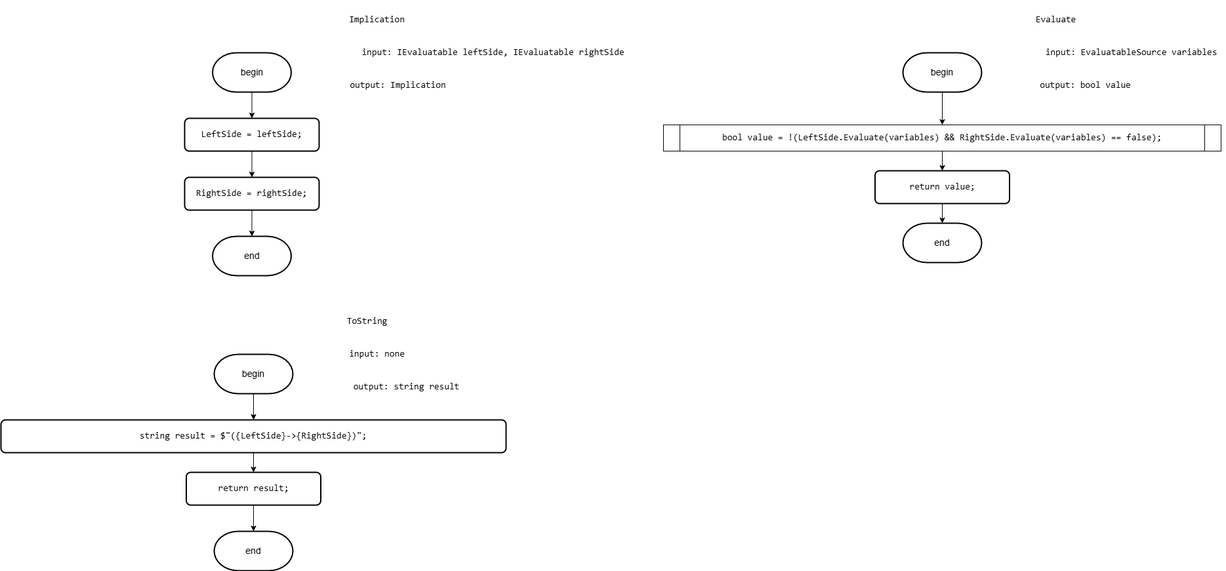
Before: Diagrams/images/Implication.drawio.png, a diagram exported from draw.io (slavikovics/FictionalVariables). Source tidied: cells renumbered, new cells last; positions are measured from the earlier drawing's top-left corner, leaving out a move shared by most shapes.
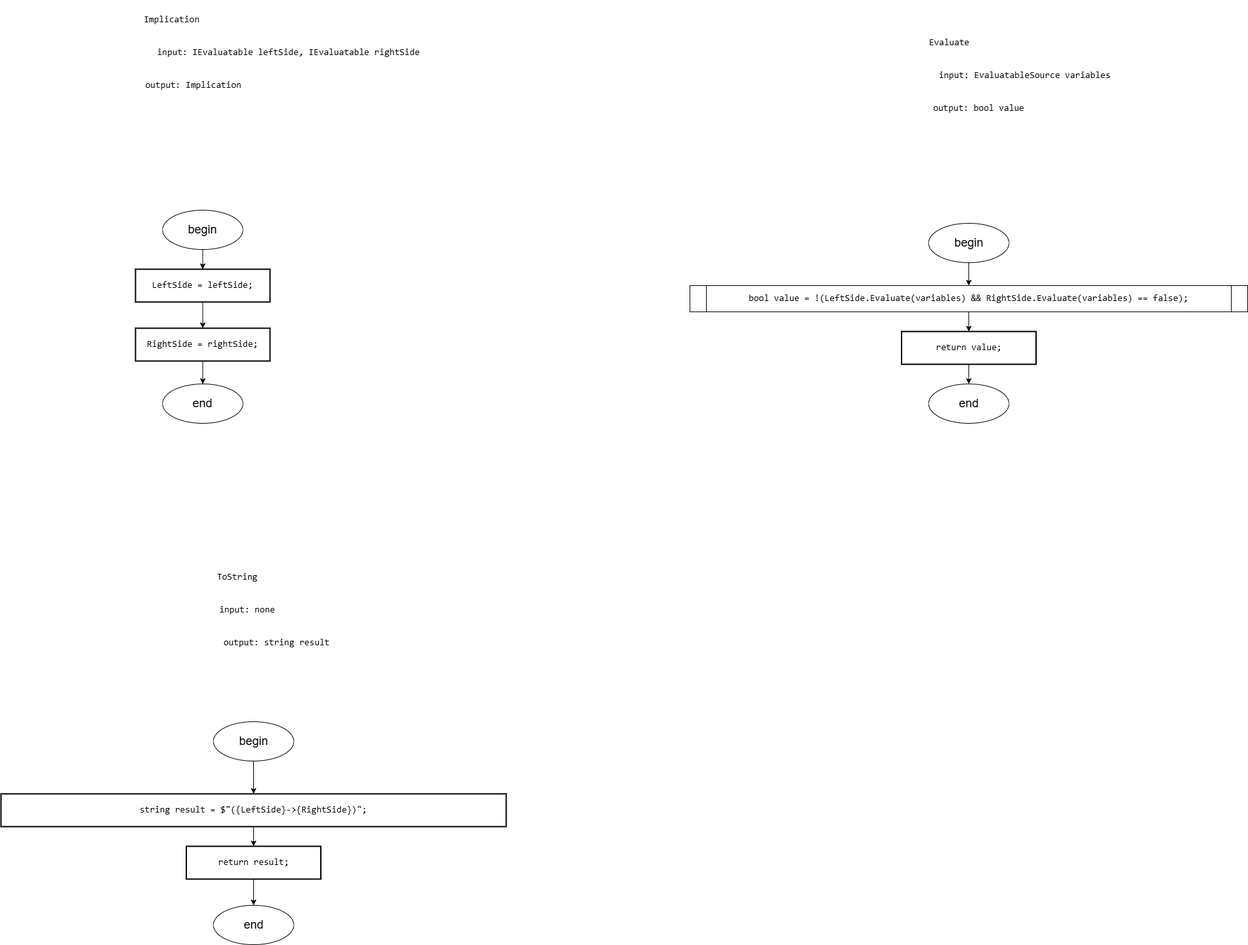
Later version of the same file.

Diff of the diagram source:
```diff
@@ -3,94 +3,94 @@
     <mxCell id="0" />
     <mxCell id="1" parent="0" />
     <mxCell id="2" value="&lt;pre style=&quot;font-family: &amp;quot;JetBrains Mono&amp;quot;, monospace;&quot;&gt;&lt;div style=&quot;&quot;&gt;&lt;pre style=&quot;font-family: &amp;quot;JetBrains Mono&amp;quot;, monospace;&quot;&gt;Implication&lt;/pre&gt;&lt;/div&gt;&lt;/pre&gt;" style="text;html=1;align=center;verticalAlign=middle;strokeColor=none;fillColor=none;fontSize=14;labelBackgroundColor=none;fontColor=#000000;" parent="1" vertex="1">
-      <mxGeometry x="517.5" width="110" height="60" as="geometry" />
+      <mxGeometry x="185" y="-890" width="110" height="60" as="geometry" />
     </mxCell>
-    <mxCell id="3" style="edgeStyle=orthogonalEdgeStyle;rounded=0;jettySize=auto;html=1;exitX=0.5;exitY=1;exitDx=0;exitDy=0;exitPerimeter=0;entryX=0.5;entryY=0;entryDx=0;entryDy=0;fontSize=14;labelBackgroundColor=none;fontColor=#000000;" parent="1" edge="1" source="4" target="6">
-      <mxGeometry relative="1" as="geometry" />
-    </mxCell>
-    <mxCell id="4" value="begin" style="strokeWidth=2;html=1;shape=mxgraph.flowchart.terminator;whiteSpace=wrap;fontSize=14;labelBackgroundColor=none;fontColor=#000000;" parent="1" vertex="1">
-      <mxGeometry x="322.5" y="80" width="120" height="60" as="geometry" />
-    </mxCell>
     <mxCell id="5" style="edgeStyle=orthogonalEdgeStyle;rounded=0;jettySize=auto;html=1;exitX=0.5;exitY=1;exitDx=0;exitDy=0;entryX=0.5;entryY=0;entryDx=0;entryDy=0;fontSize=14;labelBackgroundColor=none;fontColor=#000000;" parent="1" edge="1" source="6" target="7">
       <mxGeometry relative="1" as="geometry" />
     </mxCell>
-    <mxCell id="6" value="&lt;div style=&quot;&quot;&gt;&lt;pre style=&quot;font-family: &amp;quot;JetBrains Mono&amp;quot;, monospace;&quot;&gt;LeftSide = &lt;span style=&quot;&quot;&gt;leftSide&lt;/span&gt;;&lt;/pre&gt;&lt;/div&gt;" style="rounded=1;whiteSpace=wrap;html=1;absoluteArcSize=1;arcSize=14;strokeWidth=2;fontSize=14;labelBackgroundColor=none;fontColor=#000000;" parent="1" vertex="1">
-      <mxGeometry x="280" y="180" width="205" height="50" as="geometry" />
+    <mxCell id="6" value="&lt;div style=&quot;&quot;&gt;&lt;pre style=&quot;font-family: &amp;quot;JetBrains Mono&amp;quot;, monospace;&quot;&gt;LeftSide = &lt;span style=&quot;&quot;&gt;leftSide&lt;/span&gt;;&lt;/pre&gt;&lt;/div&gt;" style="rounded=0;whiteSpace=wrap;html=1;absoluteArcSize=1;arcSize=14;strokeWidth=2;fontSize=14;labelBackgroundColor=none;fontColor=#000000;" parent="1" vertex="1">
+      <mxGeometry x="185" y="-480" width="205" height="50" as="geometry" />
     </mxCell>
+    <mxCell id="32" style="edgeStyle=orthogonalEdgeStyle;rounded=0;jettySize=auto;html=1;exitX=0.5;exitY=1;exitDx=0;exitDy=0;entryX=0.5;entryY=0;entryDx=0;entryDy=0;" parent="1" edge="1" source="7" target="37">
+      <mxGeometry relative="1" as="geometry" />
+    </mxCell>
-    <mxCell id="7" value="&lt;div style=&quot;&quot;&gt;&lt;pre style=&quot;font-family: &amp;quot;JetBrains Mono&amp;quot;, monospace;&quot;&gt;&lt;div&gt;&lt;pre style=&quot;font-family: &amp;quot;JetBrains Mono&amp;quot;, monospace;&quot;&gt;RightSide = &lt;span style=&quot;&quot;&gt;rightSide&lt;/span&gt;;&lt;/pre&gt;&lt;/div&gt;&lt;/pre&gt;&lt;/div&gt;" style="rounded=1;whiteSpace=wrap;html=1;absoluteArcSize=1;arcSize=14;strokeWidth=2;fontSize=14;labelBackgroundColor=none;fontColor=#000000;" parent="1" vertex="1">
-      <mxGeometry x="280" y="270" width="205" height="50" as="geometry" />
+    <mxCell id="7" value="&lt;div style=&quot;&quot;&gt;&lt;pre style=&quot;font-family: &amp;quot;JetBrains Mono&amp;quot;, monospace;&quot;&gt;&lt;div&gt;&lt;pre style=&quot;font-family: &amp;quot;JetBrains Mono&amp;quot;, monospace;&quot;&gt;RightSide = &lt;span style=&quot;&quot;&gt;rightSide&lt;/span&gt;;&lt;/pre&gt;&lt;/div&gt;&lt;/pre&gt;&lt;/div&gt;" style="rounded=0;whiteSpace=wrap;html=1;absoluteArcSize=1;arcSize=14;strokeWidth=2;fontSize=14;labelBackgroundColor=none;fontColor=#000000;" parent="1" vertex="1">
+      <mxGeometry x="185" y="-390" width="205" height="50" as="geometry" />
     </mxCell>
     <mxCell id="8" value="&lt;pre style=&quot;font-family: &amp;quot;JetBrains Mono&amp;quot;, monospace;&quot;&gt;input: IEvaluatable leftSide, IEvaluatable rightSide&lt;/pre&gt;" style="text;html=1;align=center;verticalAlign=middle;strokeColor=none;fillColor=none;fontSize=14;labelBackgroundColor=none;fontColor=#000000;" parent="1" vertex="1">
-      <mxGeometry x="540" y="50" width="420" height="60" as="geometry" />
+      <mxGeometry x="207.5" y="-840" width="420" height="60" as="geometry" />
     </mxCell>
     <mxCell id="9" value="&lt;pre style=&quot;font-family: &amp;quot;JetBrains Mono&amp;quot;, monospace;&quot;&gt;output: Implication&lt;/pre&gt;" style="text;html=1;align=center;verticalAlign=middle;strokeColor=none;fillColor=none;fontSize=14;labelBackgroundColor=none;fontColor=#000000;" parent="1" vertex="1">
-      <mxGeometry x="520" y="100" width="170" height="60" as="geometry" />
+      <mxGeometry x="187.5" y="-790" width="170" height="60" as="geometry" />
     </mxCell>
-    <mxCell id="10" value="end" style="strokeWidth=2;html=1;shape=mxgraph.flowchart.terminator;whiteSpace=wrap;fontSize=14;labelBackgroundColor=none;fontColor=#000000;" parent="1" vertex="1">
-      <mxGeometry x="322.5" y="360" width="120" height="60" as="geometry" />
-    </mxCell>
-    <mxCell id="11" style="edgeStyle=orthogonalEdgeStyle;rounded=0;jettySize=auto;html=1;exitX=0.5;exitY=1;exitDx=0;exitDy=0;entryX=0.5;entryY=0;entryDx=0;entryDy=0;entryPerimeter=0;fontSize=14;labelBackgroundColor=none;fontColor=#000000;" parent="1" edge="1" source="7" target="10">
-      <mxGeometry relative="1" as="geometry" />
-    </mxCell>
     <mxCell id="12" value="&lt;pre style=&quot;font-family: &amp;quot;JetBrains Mono&amp;quot;, monospace;&quot;&gt;Evaluate&lt;/pre&gt;" style="text;html=1;align=center;verticalAlign=middle;strokeColor=none;fillColor=none;fontSize=14;labelBackgroundColor=none;fontColor=#000000;" parent="1" vertex="1">
-      <mxGeometry x="1562.5" width="90" height="60" as="geometry" />
+      <mxGeometry x="1380" y="-855" width="90" height="60" as="geometry" />
     </mxCell>
-    <mxCell id="13" style="edgeStyle=orthogonalEdgeStyle;rounded=0;jettySize=auto;html=1;exitX=0.5;exitY=1;exitDx=0;exitDy=0;exitPerimeter=0;entryX=0.5;entryY=0;entryDx=0;entryDy=0;fontSize=14;labelBackgroundColor=none;fontColor=#000000;" parent="1" edge="1" source="14" target="27">
-      <mxGeometry relative="1" as="geometry" />
-    </mxCell>
-    <mxCell id="14" value="begin" style="strokeWidth=2;html=1;shape=mxgraph.flowchart.terminator;whiteSpace=wrap;fontSize=14;labelBackgroundColor=none;fontColor=#000000;" parent="1" vertex="1">
-      <mxGeometry x="1375" y="80" width="120" height="60" as="geometry" />
-    </mxCell>
     <mxCell id="15" value="&lt;pre style=&quot;font-family: &amp;quot;JetBrains Mono&amp;quot;, monospace;&quot;&gt;input: EvaluatableSource variables&lt;/pre&gt;" style="text;html=1;align=center;verticalAlign=middle;strokeColor=none;fillColor=none;fontSize=14;labelBackgroundColor=none;fontColor=#000000;" parent="1" vertex="1">
-      <mxGeometry x="1577.5" y="50" width="290" height="60" as="geometry" />
+      <mxGeometry x="1395" y="-805" width="290" height="60" as="geometry" />
     </mxCell>
     <mxCell id="16" value="&lt;pre style=&quot;font-family: &amp;quot;JetBrains Mono&amp;quot;, monospace;&quot;&gt;output: bool value&lt;/pre&gt;" style="text;html=1;align=center;verticalAlign=middle;strokeColor=none;fillColor=none;fontSize=14;labelBackgroundColor=none;fontColor=#000000;" parent="1" vertex="1">
-      <mxGeometry x="1572.5" y="100" width="160" height="60" as="geometry" />
+      <mxGeometry x="1390" y="-755" width="160" height="60" as="geometry" />
     </mxCell>
-    <mxCell id="17" value="end" style="strokeWidth=2;html=1;shape=mxgraph.flowchart.terminator;whiteSpace=wrap;fontSize=14;labelBackgroundColor=none;fontColor=#000000;" parent="1" vertex="1">
-      <mxGeometry x="1375" y="340" width="120" height="60" as="geometry" />
-    </mxCell>
     <mxCell id="18" value="&lt;pre style=&quot;font-family: &amp;quot;JetBrains Mono&amp;quot;, monospace;&quot;&gt;ToString&lt;/pre&gt;" style="text;html=1;align=center;verticalAlign=middle;strokeColor=none;fillColor=none;fontSize=14;labelBackgroundColor=none;fontColor=#000000;" parent="1" vertex="1">
-      <mxGeometry x="512.5" y="460" width="90" height="60" as="geometry" />
+      <mxGeometry x="295" y="-40" width="90" height="60" as="geometry" />
     </mxCell>
-    <mxCell id="19" style="edgeStyle=orthogonalEdgeStyle;rounded=0;jettySize=auto;html=1;exitX=0.5;exitY=1;exitDx=0;exitDy=0;exitPerimeter=0;entryX=0.5;entryY=0;entryDx=0;entryDy=0;fontSize=14;labelBackgroundColor=none;fontColor=#000000;" parent="1" edge="1" source="20" target="22">
-      <mxGeometry relative="1" as="geometry" />
-    </mxCell>
-    <mxCell id="20" value="begin" style="strokeWidth=2;html=1;shape=mxgraph.flowchart.terminator;whiteSpace=wrap;fontSize=14;labelBackgroundColor=none;fontColor=#000000;" parent="1" vertex="1">
-      <mxGeometry x="325" y="540" width="120" height="60" as="geometry" />
-    </mxCell>
     <mxCell id="21" style="edgeStyle=orthogonalEdgeStyle;rounded=0;jettySize=auto;html=1;exitX=0.5;exitY=1;exitDx=0;exitDy=0;entryX=0.5;entryY=0;entryDx=0;entryDy=0;fontSize=14;labelBackgroundColor=none;fontColor=#000000;" parent="1" edge="1" source="22" target="28">
       <mxGeometry relative="1" as="geometry" />
     </mxCell>
-    <mxCell id="22" value="&lt;div style=&quot;&quot;&gt;&lt;pre style=&quot;font-family: &amp;quot;JetBrains Mono&amp;quot;, monospace;&quot;&gt;&lt;pre style=&quot;font-family: &amp;quot;JetBrains Mono&amp;quot;, monospace;&quot;&gt;&lt;pre style=&quot;font-family: &amp;quot;JetBrains Mono&amp;quot;, monospace;&quot;&gt;&lt;pre style=&quot;font-family: &amp;quot;JetBrains Mono&amp;quot;, monospace;&quot;&gt;&lt;pre style=&quot;font-family: &amp;quot;JetBrains Mono&amp;quot;, monospace;&quot;&gt;&lt;div&gt;&lt;pre style=&quot;font-family: &amp;quot;JetBrains Mono&amp;quot;, monospace;&quot;&gt;&lt;span style=&quot;&quot;&gt;string &lt;/span&gt;result = &lt;span style=&quot;&quot;&gt;$&quot;(&lt;/span&gt;{LeftSide}&lt;span style=&quot;&quot;&gt;-&amp;gt;&lt;/span&gt;{RightSide}&lt;span style=&quot;&quot;&gt;)&quot;&lt;/span&gt;;&lt;/pre&gt;&lt;/div&gt;&lt;/pre&gt;&lt;/pre&gt;&lt;/pre&gt;&lt;/pre&gt;&lt;/pre&gt;&lt;/div&gt;" style="rounded=1;whiteSpace=wrap;html=1;absoluteArcSize=1;arcSize=14;strokeWidth=2;fontSize=14;labelBackgroundColor=none;fontColor=#000000;" parent="1" vertex="1">
-      <mxGeometry y="640" width="770" height="50" as="geometry" />
+    <mxCell id="22" value="&lt;div style=&quot;&quot;&gt;&lt;pre style=&quot;font-family: &amp;quot;JetBrains Mono&amp;quot;, monospace;&quot;&gt;&lt;pre style=&quot;font-family: &amp;quot;JetBrains Mono&amp;quot;, monospace;&quot;&gt;&lt;pre style=&quot;font-family: &amp;quot;JetBrains Mono&amp;quot;, monospace;&quot;&gt;&lt;pre style=&quot;font-family: &amp;quot;JetBrains Mono&amp;quot;, monospace;&quot;&gt;&lt;pre style=&quot;font-family: &amp;quot;JetBrains Mono&amp;quot;, monospace;&quot;&gt;&lt;div&gt;&lt;pre style=&quot;font-family: &amp;quot;JetBrains Mono&amp;quot;, monospace;&quot;&gt;&lt;span style=&quot;&quot;&gt;string &lt;/span&gt;result = &lt;span style=&quot;&quot;&gt;$&quot;(&lt;/span&gt;{LeftSide}&lt;span style=&quot;&quot;&gt;-&amp;gt;&lt;/span&gt;{RightSide}&lt;span style=&quot;&quot;&gt;)&quot;&lt;/span&gt;;&lt;/pre&gt;&lt;/div&gt;&lt;/pre&gt;&lt;/pre&gt;&lt;/pre&gt;&lt;/pre&gt;&lt;/pre&gt;&lt;/div&gt;" style="rounded=0;whiteSpace=wrap;html=1;absoluteArcSize=1;arcSize=14;strokeWidth=2;fontSize=14;labelBackgroundColor=none;fontColor=#000000;" parent="1" vertex="1">
+      <mxGeometry x="-20" y="320" width="770" height="50" as="geometry" />
     </mxCell>
     <mxCell id="23" value="&lt;pre style=&quot;font-family: &amp;quot;JetBrains Mono&amp;quot;, monospace;&quot;&gt;input: none&lt;/pre&gt;" style="text;html=1;align=center;verticalAlign=middle;strokeColor=none;fillColor=none;fontSize=14;labelBackgroundColor=none;fontColor=#000000;" parent="1" vertex="1">
-      <mxGeometry x="517.5" y="510" width="110" height="60" as="geometry" />
+      <mxGeometry x="300" y="10" width="110" height="60" as="geometry" />
     </mxCell>
     <mxCell id="24" value="&lt;pre style=&quot;font-family: &amp;quot;JetBrains Mono&amp;quot;, monospace;&quot;&gt;output: string result&lt;/pre&gt;" style="text;html=1;align=center;verticalAlign=middle;strokeColor=none;fillColor=none;fontSize=14;labelBackgroundColor=none;fontColor=#000000;" parent="1" vertex="1">
-      <mxGeometry x="522.5" y="560" width="190" height="60" as="geometry" />
+      <mxGeometry x="305" y="60" width="190" height="60" as="geometry" />
     </mxCell>
-    <mxCell id="25" value="end" style="strokeWidth=2;html=1;shape=mxgraph.flowchart.terminator;whiteSpace=wrap;fontSize=14;labelBackgroundColor=none;fontColor=#000000;" parent="1" vertex="1">
-      <mxGeometry x="325" y="810" width="120" height="60" as="geometry" />
-    </mxCell>
     <mxCell id="26" style="edgeStyle=orthogonalEdgeStyle;rounded=0;jettySize=auto;html=1;exitX=0.5;exitY=1;exitDx=0;exitDy=0;entryX=0.5;entryY=0;entryDx=0;entryDy=0;fontSize=14;labelBackgroundColor=none;fontColor=#000000;" parent="1" edge="1" source="27" target="30">
       <mxGeometry relative="1" as="geometry" />
     </mxCell>
     <mxCell id="27" value="&lt;pre style=&quot;font-family: &amp;quot;JetBrains Mono&amp;quot;, monospace;&quot;&gt;&lt;span style=&quot;&quot;&gt;bool &lt;/span&gt;&lt;span style=&quot;&quot;&gt;value &lt;/span&gt;= !(LeftSide.&lt;span style=&quot;&quot;&gt;Evaluate&lt;/span&gt;(&lt;span style=&quot;&quot;&gt;variables&lt;/span&gt;) &amp;amp;&amp;amp; RightSide.&lt;span style=&quot;&quot;&gt;Evaluate&lt;/span&gt;(&lt;span style=&quot;&quot;&gt;variables&lt;/span&gt;) == &lt;span style=&quot;&quot;&gt;false&lt;/span&gt;);&lt;/pre&gt;" style="shape=process;whiteSpace=wrap;html=1;backgroundOutline=1;size=0.0297029702970297;fontSize=14;labelBackgroundColor=none;fontColor=#000000;" parent="1" vertex="1">
-      <mxGeometry x="1010" y="190" width="850" height="40" as="geometry" />
+      <mxGeometry x="1030" y="-455" width="850" height="40" as="geometry" />
     </mxCell>
+    <mxCell id="33" style="edgeStyle=orthogonalEdgeStyle;rounded=0;jettySize=auto;html=1;exitX=0.5;exitY=1;exitDx=0;exitDy=0;entryX=0.5;entryY=0;entryDx=0;entryDy=0;" parent="1" edge="1" source="28" target="40">
+      <mxGeometry relative="1" as="geometry" />
+    </mxCell>
-    <mxCell id="28" value="&lt;div style=&quot;&quot;&gt;&lt;pre style=&quot;font-family: &amp;quot;JetBrains Mono&amp;quot;, monospace;&quot;&gt;&lt;div&gt;&lt;pre style=&quot;font-family: &amp;quot;JetBrains Mono&amp;quot;, monospace;&quot;&gt;&lt;span style=&quot;&quot;&gt;return &lt;/span&gt;result;&lt;/pre&gt;&lt;/div&gt;&lt;/pre&gt;&lt;/div&gt;" style="rounded=1;whiteSpace=wrap;html=1;absoluteArcSize=1;arcSize=14;strokeWidth=2;fontSize=14;labelBackgroundColor=none;fontColor=#000000;" parent="1" vertex="1">
-      <mxGeometry x="282.5" y="720" width="205" height="50" as="geometry" />
+    <mxCell id="28" value="&lt;div style=&quot;&quot;&gt;&lt;pre style=&quot;font-family: &amp;quot;JetBrains Mono&amp;quot;, monospace;&quot;&gt;&lt;div&gt;&lt;pre style=&quot;font-family: &amp;quot;JetBrains Mono&amp;quot;, monospace;&quot;&gt;&lt;span style=&quot;&quot;&gt;return &lt;/span&gt;result;&lt;/pre&gt;&lt;/div&gt;&lt;/pre&gt;&lt;/div&gt;" style="rounded=0;whiteSpace=wrap;html=1;absoluteArcSize=1;arcSize=14;strokeWidth=2;fontSize=14;labelBackgroundColor=none;fontColor=#000000;" parent="1" vertex="1">
+      <mxGeometry x="262.5" y="400" width="205" height="50" as="geometry" />
     </mxCell>
-    <mxCell id="29" style="edgeStyle=orthogonalEdgeStyle;rounded=0;jettySize=auto;html=1;exitX=0.5;exitY=1;exitDx=0;exitDy=0;entryX=0.5;entryY=0;entryDx=0;entryDy=0;entryPerimeter=0;fontSize=14;labelBackgroundColor=none;fontColor=#000000;" parent="1" edge="1" source="28" target="25">
-      <mxGeometry relative="1" as="geometry" />
-    </mxCell>
+    <mxCell id="34" style="edgeStyle=orthogonalEdgeStyle;rounded=0;jettySize=auto;html=1;exitX=0.5;exitY=1;exitDx=0;exitDy=0;" parent="1" edge="1" source="30" target="43">
+      <mxGeometry relative="1" as="geometry" />
+    </mxCell>
-    <mxCell id="30" value="&lt;div style=&quot;&quot;&gt;&lt;pre style=&quot;font-family: &amp;quot;JetBrains Mono&amp;quot;, monospace;&quot;&gt;&lt;pre style=&quot;font-family: &amp;quot;JetBrains Mono&amp;quot;, monospace;&quot;&gt;&lt;div&gt;&lt;pre style=&quot;font-family: &amp;quot;JetBrains Mono&amp;quot;, monospace;&quot;&gt;&lt;span style=&quot;&quot;&gt;return &lt;/span&gt;value;&lt;/pre&gt;&lt;/div&gt;&lt;/pre&gt;&lt;/pre&gt;&lt;/div&gt;" style="rounded=1;whiteSpace=wrap;html=1;absoluteArcSize=1;arcSize=14;strokeWidth=2;fontSize=14;labelBackgroundColor=none;fontColor=#000000;" parent="1" vertex="1">
-      <mxGeometry x="1332.5" y="260" width="205" height="50" as="geometry" />
+    <mxCell id="30" value="&lt;div style=&quot;&quot;&gt;&lt;pre style=&quot;font-family: &amp;quot;JetBrains Mono&amp;quot;, monospace;&quot;&gt;&lt;pre style=&quot;font-family: &amp;quot;JetBrains Mono&amp;quot;, monospace;&quot;&gt;&lt;div&gt;&lt;pre style=&quot;font-family: &amp;quot;JetBrains Mono&amp;quot;, monospace;&quot;&gt;&lt;span style=&quot;&quot;&gt;return &lt;/span&gt;value;&lt;/pre&gt;&lt;/div&gt;&lt;/pre&gt;&lt;/pre&gt;&lt;/div&gt;" style="rounded=0;whiteSpace=wrap;html=1;absoluteArcSize=1;arcSize=14;strokeWidth=2;fontSize=14;labelBackgroundColor=none;fontColor=#000000;" parent="1" vertex="1">
+      <mxGeometry x="1352.5" y="-385" width="205" height="50" as="geometry" />
     </mxCell>
-    <mxCell id="31" style="edgeStyle=orthogonalEdgeStyle;rounded=0;jettySize=auto;html=1;exitX=0.5;exitY=1;exitDx=0;exitDy=0;entryX=0.5;entryY=0;entryDx=0;entryDy=0;entryPerimeter=0;fontSize=14;labelBackgroundColor=none;fontColor=#000000;" parent="1" edge="1" source="30" target="17">
-      <mxGeometry relative="1" as="geometry" />
-    </mxCell>
+    <mxCell id="35" style="edgeStyle=orthogonalEdgeStyle;rounded=0;jettySize=auto;html=1;exitX=0.5;exitY=1;exitDx=0;exitDy=0;entryX=0.5;entryY=0;entryDx=0;entryDy=0;" parent="1" edge="1" source="36" target="6">
+      <mxGeometry relative="1" as="geometry" />
+    </mxCell>
+    <mxCell id="36" value="&lt;font style=&quot;font-size: 18px;&quot;&gt;begin&lt;/font&gt;" style="ellipse;whiteSpace=wrap;html=1;" parent="1" vertex="1">
+      <mxGeometry x="226.2" y="-570" width="122.5" height="60" as="geometry" />
+    </mxCell>
+    <mxCell id="37" value="&lt;font style=&quot;font-size: 18px;&quot;&gt;end&lt;/font&gt;" style="ellipse;whiteSpace=wrap;html=1;" parent="1" vertex="1">
+      <mxGeometry x="226.2" y="-305" width="122.5" height="60" as="geometry" />
+    </mxCell>
+    <mxCell id="38" style="edgeStyle=orthogonalEdgeStyle;rounded=0;jettySize=auto;html=1;exitX=0.5;exitY=1;exitDx=0;exitDy=0;entryX=0.5;entryY=0;entryDx=0;entryDy=0;" parent="1" edge="1" source="39" target="22">
+      <mxGeometry relative="1" as="geometry" />
+    </mxCell>
+    <mxCell id="39" value="&lt;font style=&quot;font-size: 18px;&quot;&gt;begin&lt;/font&gt;" style="ellipse;whiteSpace=wrap;html=1;" parent="1" vertex="1">
+      <mxGeometry x="303.8" y="210" width="122.5" height="60" as="geometry" />
+    </mxCell>
+    <mxCell id="40" value="&lt;font style=&quot;font-size: 18px;&quot;&gt;end&lt;/font&gt;" style="ellipse;whiteSpace=wrap;html=1;" parent="1" vertex="1">
+      <mxGeometry x="303.8" y="490" width="122.5" height="60" as="geometry" />
+    </mxCell>
+    <mxCell id="41" style="edgeStyle=orthogonalEdgeStyle;rounded=0;jettySize=auto;html=1;exitX=0.5;exitY=1;exitDx=0;exitDy=0;entryX=0.5;entryY=0;entryDx=0;entryDy=0;" parent="1" edge="1" source="42" target="27">
+      <mxGeometry relative="1" as="geometry" />
+    </mxCell>
+    <mxCell id="42" value="&lt;font style=&quot;font-size: 18px;&quot;&gt;begin&lt;/font&gt;" style="ellipse;whiteSpace=wrap;html=1;" parent="1" vertex="1">
+      <mxGeometry x="1393.8" y="-550" width="122.5" height="60" as="geometry" />
+    </mxCell>
+    <mxCell id="43" value="&lt;font style=&quot;font-size: 18px;&quot;&gt;end&lt;/font&gt;" style="ellipse;whiteSpace=wrap;html=1;" parent="1" vertex="1">
+      <mxGeometry x="1393.8" y="-305" width="122.5" height="60" as="geometry" />
+    </mxCell>
   </root>
 </mxGraphModel>
```
